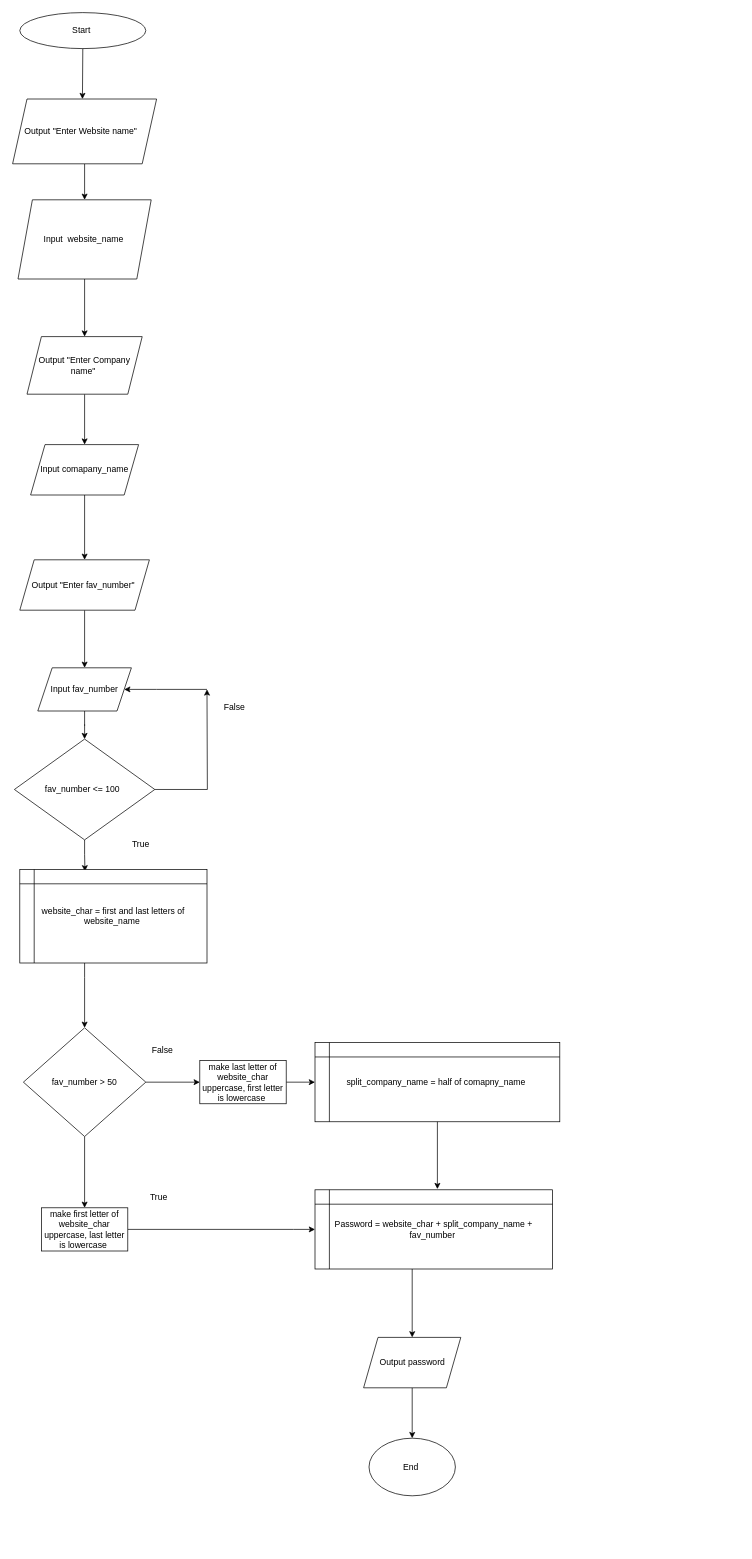
Before: Milestone 3.drawio in Shunuk/Shunsuke, a draw.io diagram. Source tidied: cells renumbered, new cells numbered last; positions are measured from the earlier drawing's top-left corner, leaving out a move shared by most shapes. Both pictures are drawn from the tidied source at 72%, with x=0, y=0 at pixel (12, 12).
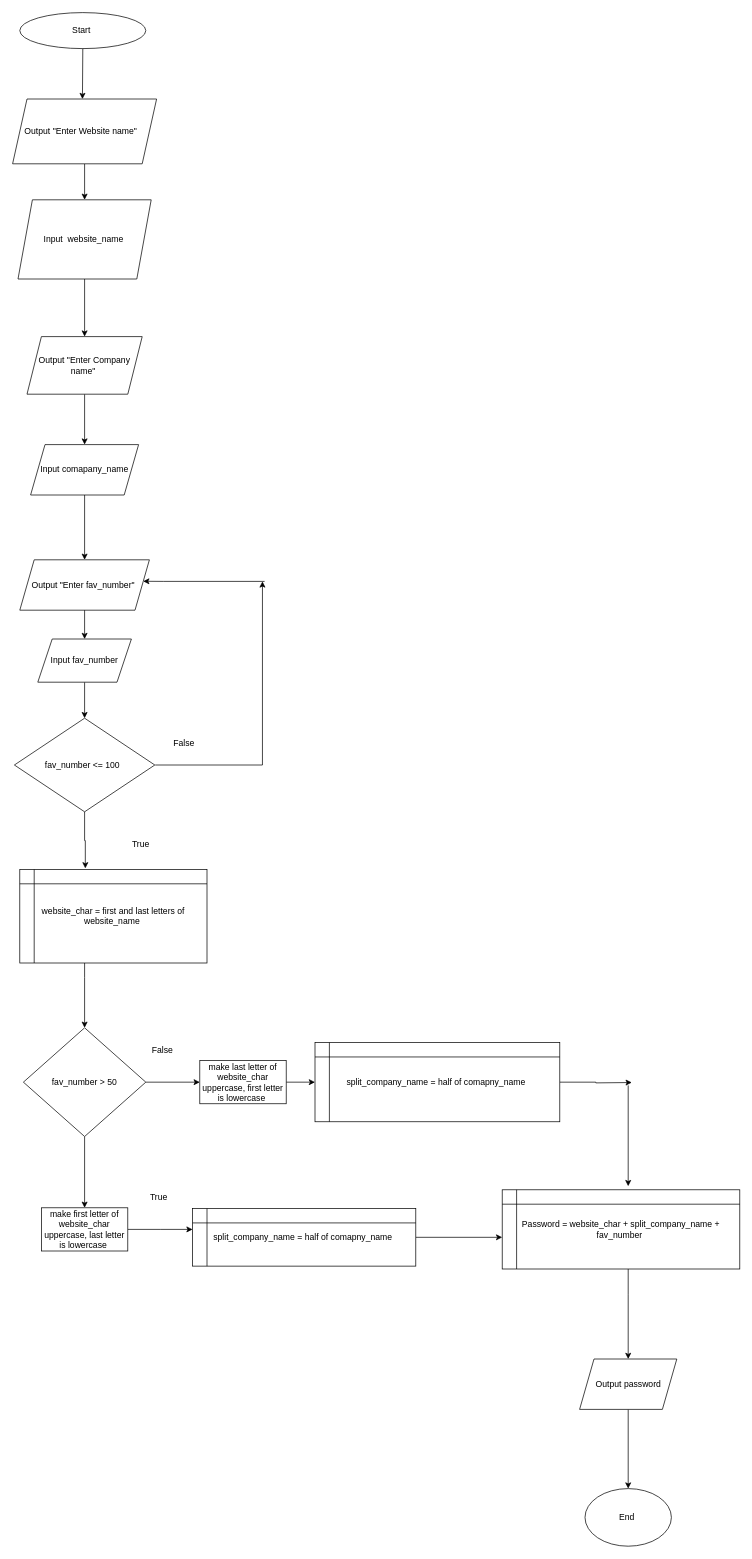
The same diagram, later.

The change refers to these unchanged cells:
```xml
<mxCell id="15" value="Output &quot;Enter fav_number&quot;&amp;nbsp;" style="shape=parallelogram;perimeter=parallelogramPerimeter;whiteSpace=wrap;html=1;fixedSize=1;" parent="1" vertex="1">
  <mxGeometry x="10" y="760" width="180" height="70" as="geometry" />
</mxCell>
<mxCell id="19" value="website_char = first and last letters of website_name&amp;nbsp;" style="shape=internalStorage;whiteSpace=wrap;html=1;backgroundOutline=1;" parent="1" vertex="1">
  <mxGeometry x="10" y="1190" width="260" height="130" as="geometry" />
</mxCell>
<mxCell id="24" value="make first letter of website_char uppercase, last letter is lowercase&amp;nbsp;" style="rounded=0;whiteSpace=wrap;html=1;" parent="1" vertex="1">
  <mxGeometry x="40" y="1660" width="120" height="60" as="geometry" />
</mxCell>
<mxCell id="27" value="split_company_name = half of comapny_name&amp;nbsp;" style="shape=internalStorage;whiteSpace=wrap;html=1;backgroundOutline=1;" parent="1" vertex="1">
  <mxGeometry x="420" y="1430.5" width="340" height="110" as="geometry" />
</mxCell>
```

Change to the diagram source:
```diff
@@
-    <mxCell id="11" style="edgeStyle=orthogonalEdgeStyle;rounded=0;jettySize=auto;html=1;entryX=0.348;entryY=0.021;entryDx=0;entryDy=0;entryPerimeter=0;" parent="1" edge="1" source="13" target="19">
-      <mxGeometry relative="1" as="geometry" />
-    </mxCell>
-    <mxCell id="12" style="edgeStyle=orthogonalEdgeStyle;rounded=0;jettySize=auto;html=1;" parent="1" edge="1" source="13">
+    <mxCell id="12" style="edgeStyle=orthogonalEdgeStyle;rounded=0;orthogonalLoop=1;jettySize=auto;html=1;" parent="1" edge="1">
       <mxGeometry relative="1" as="geometry">
-        <mxPoint x="270" y="940" as="targetPoint" />
+        <mxPoint x="198" y="1045" as="sourcePoint" />
+        <mxPoint x="347" y="790" as="targetPoint" />
+        <Array as="points">
+          <mxPoint x="197.4" y="1045" />
+          <mxPoint x="347.4" y="1045" />
+        </Array>
       </mxGeometry>
     </mxCell>
     <mxCell id="13" value="fav_number &amp;lt;= 100&amp;nbsp;&amp;nbsp;" style="rhombus;whiteSpace=wrap;html=1;" parent="1" vertex="1">
-      <mxGeometry x="2.5" y="1009" width="195" height="140" as="geometry" />
+      <mxGeometry x="2.5" y="980" width="195" height="130" as="geometry" />
     </mxCell>
-    <mxCell id="14" style="edgeStyle=orthogonalEdgeStyle;rounded=0;jettySize=auto;html=1;" parent="1" edge="1" source="15" target="17">
-      <mxGeometry relative="1" as="geometry" />
-    </mxCell>
@@
     <mxCell id="17" value="Input fav_number" style="shape=parallelogram;perimeter=parallelogramPerimeter;whiteSpace=wrap;html=1;fixedSize=1;" parent="1" vertex="1">
-      <mxGeometry x="35" y="910" width="130" height="60" as="geometry" />
+      <mxGeometry x="35" y="870" width="130" height="60" as="geometry" />
     </mxCell>
@@
-    <mxCell id="23" style="edgeStyle=orthogonalEdgeStyle;rounded=0;jettySize=auto;html=1;entryX=0;entryY=0.5;entryDx=0;entryDy=0;" parent="1" edge="1" source="24" target="29">
-      <mxGeometry relative="1" as="geometry">
-        <Array as="points">
-          <mxPoint x="390" y="1690" />
-        </Array>
-      </mxGeometry>
-    </mxCell>
+    <mxCell id="40" style="edgeStyle=orthogonalEdgeStyle;rounded=0;jettySize=auto;html=1;" parent="1" edge="1" source="24">
+      <mxGeometry relative="1" as="geometry">
+        <mxPoint x="250" y="1690" as="targetPoint" />
+      </mxGeometry>
+    </mxCell>
@@
+    <mxCell id="41" style="edgeStyle=orthogonalEdgeStyle;rounded=0;jettySize=auto;html=1;" parent="1" edge="1" source="27">
+      <mxGeometry relative="1" as="geometry">
+        <mxPoint x="860" y="1486" as="targetPoint" />
+      </mxGeometry>
+    </mxCell>
@@
-    <mxCell id="28" style="edgeStyle=orthogonalEdgeStyle;rounded=0;jettySize=auto;html=1;" parent="1" edge="1" source="29" target="31">
+    <mxCell id="28" style="edgeStyle=orthogonalEdgeStyle;rounded=0;jettySize=auto;html=1;entryX=0.5;entryY=0;entryDx=0;entryDy=0;" parent="1" edge="1" source="29" target="31">
       <mxGeometry relative="1" as="geometry">
         <Array as="points">
-          <mxPoint x="555" y="1820" />
-          <mxPoint x="555" y="1820" />
+          <mxPoint x="855" y="1780" />
+          <mxPoint x="855" y="1780" />
         </Array>
       </mxGeometry>
     </mxCell>
     <mxCell id="29" value="Password = website_char + split_company_name + fav_number&amp;nbsp;" style="shape=internalStorage;whiteSpace=wrap;html=1;backgroundOutline=1;" parent="1" vertex="1">
-      <mxGeometry x="420" y="1635" width="330" height="110" as="geometry" />
+      <mxGeometry x="680" y="1635" width="330" height="110" as="geometry" />
     </mxCell>
@@
     <mxCell id="31" value="Output password" style="shape=parallelogram;perimeter=parallelogramPerimeter;whiteSpace=wrap;html=1;fixedSize=1;" parent="1" vertex="1">
-      <mxGeometry x="487.5" y="1840" width="135" height="70" as="geometry" />
+      <mxGeometry x="787.5" y="1870" width="135" height="70" as="geometry" />
     </mxCell>
     <mxCell id="32" value="End&amp;nbsp;" style="ellipse;whiteSpace=wrap;html=1;" parent="1" vertex="1">
-      <mxGeometry x="495" y="1980" width="120" height="80" as="geometry" />
+      <mxGeometry x="795" y="2050" width="120" height="80" as="geometry" />
     </mxCell>
@@
-    <mxCell id="34" style="edgeStyle=orthogonalEdgeStyle;rounded=0;jettySize=auto;html=1;" parent="1" edge="1" source="27">
-      <mxGeometry relative="1" as="geometry">
-        <mxPoint x="590" y="1634" as="targetPoint" />
-        <Array as="points">
-          <mxPoint x="590" y="1634" />
-        </Array>
-      </mxGeometry>
-    </mxCell>
@@
-    <mxCell id="38" style="endArrow=classic;html=1;rounded=0;entryX=1;entryY=0.5;entryDx=0;entryDy=0;" parent="1" edge="1" target="17">
-      <mxGeometry relative="1" as="geometry">
-        <mxPoint x="270" y="940" as="sourcePoint" />
-        <Array as="points">
-          <mxPoint x="200" y="940" />
-        </Array>
-      </mxGeometry>
-    </mxCell>
     <mxCell id="39" value="False&amp;nbsp;" style="text;html=1;strokeColor=none;fillColor=none;align=center;verticalAlign=middle;whiteSpace=wrap;rounded=0;" parent="1" vertex="1">
-      <mxGeometry x="280" y="950" width="60" height="30" as="geometry" />
+      <mxGeometry x="210" y="1000" width="60" height="30" as="geometry" />
     </mxCell>
+    <mxCell id="42" style="endArrow=classic;html=1;rounded=0;entryX=0.952;entryY=0.426;entryDx=0;entryDy=0;entryPerimeter=0;" parent="1" edge="1" target="15">
+      <mxGeometry relative="1" as="geometry">
+        <mxPoint x="350" y="790" as="sourcePoint" />
+        <Array as="points">
+          <mxPoint x="210" y="790" />
+        </Array>
+      </mxGeometry>
+    </mxCell>
+    <mxCell id="11" style="edgeStyle=orthogonalEdgeStyle;rounded=0;jettySize=auto;html=1;entryX=0.35;entryY=-0.011;entryDx=0;entryDy=0;entryPerimeter=0;" parent="1" edge="1" source="13" target="19">
+      <mxGeometry relative="1" as="geometry" />
+    </mxCell>
+    <mxCell id="14" style="endArrow=classic;html=1;rounded=0;exitX=0.5;exitY=1;exitDx=0;exitDy=0;entryX=0.5;entryY=0;entryDx=0;entryDy=0;" parent="1" edge="1" source="15" target="17">
+      <mxGeometry relative="1" as="geometry" />
+    </mxCell>
+    <mxCell id="43" style="edgeStyle=orthogonalEdgeStyle;rounded=0;jettySize=auto;html=1;" parent="1" edge="1" source="44">
+      <mxGeometry relative="1" as="geometry">
+        <mxPoint x="680" y="1701" as="targetPoint" />
+      </mxGeometry>
+    </mxCell>
+    <mxCell id="44" value="split_company_name = half of comapny_name&amp;nbsp;" style="shape=internalStorage;whiteSpace=wrap;html=1;backgroundOutline=1;" parent="1" vertex="1">
+      <mxGeometry x="250" y="1661" width="310" height="80" as="geometry" />
+    </mxCell>
+    <mxCell id="45" style="endArrow=classic;html=1;rounded=0;" parent="1" edge="1">
+      <mxGeometry relative="1" as="geometry">
+        <mxPoint x="855" y="1490" as="sourcePoint" />
+        <mxPoint x="855" y="1630" as="targetPoint" />
+      </mxGeometry>
+    </mxCell>
```
